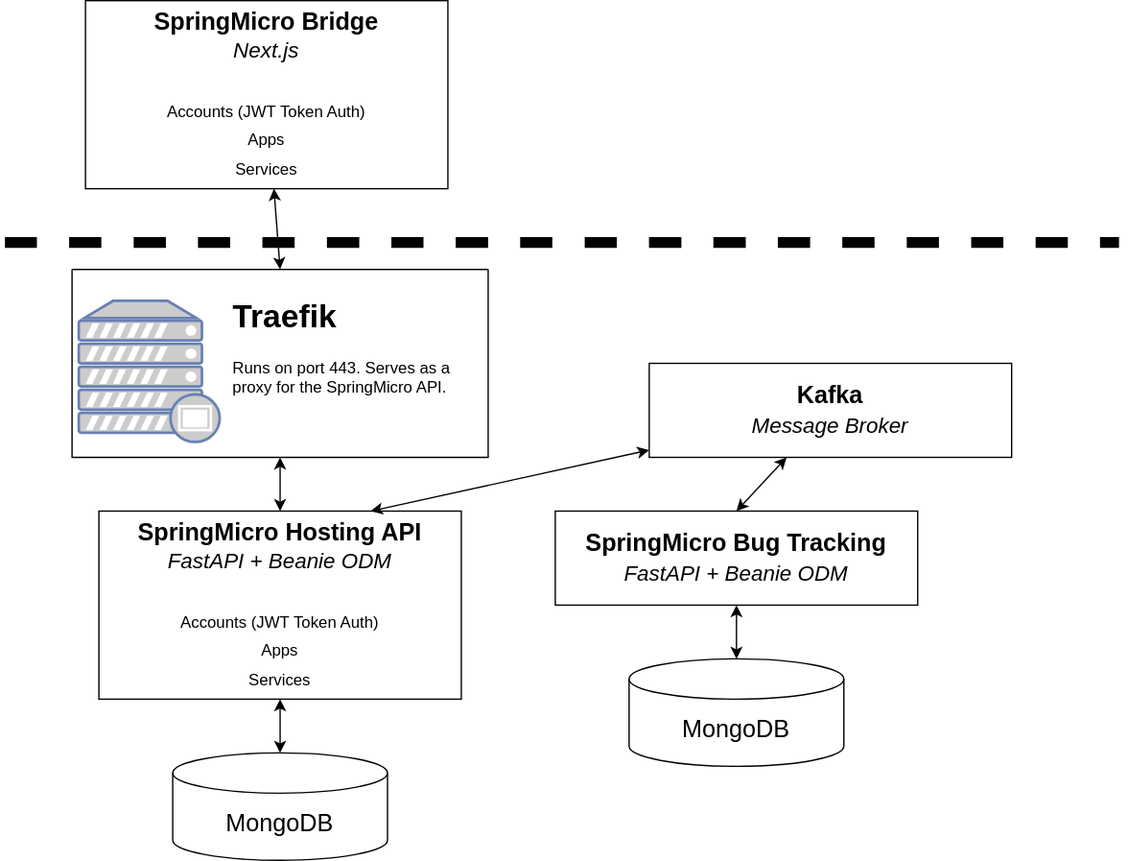
Before: assets/images/stack.drawio.svg, a diagram exported from draw.io (buckldav/springmicro-dev). Source tidied: cells renumbered, new cells last; positions are measured from the earlier drawing's top-left corner, leaving out a move shared by most shapes. The source it was exported from:
```xml
<mxGraphModel>
  <root>
    <mxCell id="0" />
    <mxCell id="1" parent="0" />
    <mxCell id="2" style="edgeStyle=none;html=1;entryX=0.5;entryY=0;entryDx=0;entryDy=0;entryPerimeter=0;fontSize=18;startArrow=classic;startFill=1;" parent="1" edge="1" source="3" target="4">
      <mxGeometry relative="1" as="geometry" />
    </mxCell>
    <mxCell id="3" value="&lt;b style=&quot;font-size: 12px&quot;&gt;&lt;font style=&quot;font-size: 18px&quot;&gt;SpringMicro Hosting API&lt;br&gt;&lt;/font&gt;&lt;/b&gt;&lt;i style=&quot;font-size: 16px&quot;&gt;FastAPI + Beanie ODM&lt;/i&gt;&lt;br style=&quot;font-size: 17px&quot;&gt;&lt;br style=&quot;font-size: 17px&quot;&gt;&lt;span style=&quot;font-size: 12px&quot;&gt;Accounts (JWT Token Auth)&lt;/span&gt;&lt;br style=&quot;font-size: 12px&quot;&gt;&lt;span style=&quot;font-size: 12px&quot;&gt;Apps&lt;br&gt;Services&lt;br&gt;&lt;/span&gt;" style="rounded=0;whiteSpace=wrap;html=1;fontSize=18;" parent="1" vertex="1">
      <mxGeometry x="70" y="380" width="270" height="140" as="geometry" />
    </mxCell>
    <mxCell id="4" value="MongoDB" style="shape=cylinder3;whiteSpace=wrap;html=1;boundedLbl=1;backgroundOutline=1;size=15;fontSize=18;" parent="1" vertex="1">
      <mxGeometry x="125" y="560" width="160" height="80" as="geometry" />
    </mxCell>
    <mxCell id="5" style="edgeStyle=none;html=1;entryX=0.5;entryY=0;entryDx=0;entryDy=0;startArrow=classic;startFill=1;" parent="1" edge="1" source="6" target="8">
      <mxGeometry relative="1" as="geometry" />
    </mxCell>
    <mxCell id="6" value="&lt;b style=&quot;font-size: 12px&quot;&gt;&lt;font style=&quot;font-size: 18px&quot;&gt;SpringMicro Bridge&lt;br&gt;&lt;/font&gt;&lt;/b&gt;&lt;font style=&quot;font-size: 16px ; line-height: 1&quot;&gt;&lt;i&gt;Next.js&lt;/i&gt;&lt;/font&gt;&lt;br style=&quot;font-size: 12px&quot;&gt;&lt;br style=&quot;font-size: 12px&quot;&gt;&lt;span style=&quot;font-size: 12px&quot;&gt;Accounts (JWT Token Auth)&lt;/span&gt;&lt;br style=&quot;font-size: 12px&quot;&gt;&lt;span style=&quot;font-size: 12px&quot;&gt;Apps&lt;br&gt;Services&lt;br&gt;&lt;/span&gt;" style="rounded=0;whiteSpace=wrap;html=1;fontSize=18;" parent="1" vertex="1">
      <mxGeometry x="60" width="270" height="140" as="geometry" />
    </mxCell>
    <mxCell id="7" style="edgeStyle=none;html=1;entryX=0.5;entryY=0;entryDx=0;entryDy=0;startArrow=classic;startFill=1;" parent="1" edge="1" source="8" target="3">
      <mxGeometry relative="1" as="geometry" />
    </mxCell>
    <mxCell id="8" style="swimlane;startSize=0;" parent="1" vertex="1">
      <mxGeometry x="50" y="200" width="310" height="140" as="geometry" />
    </mxCell>
    <mxCell id="9" style="fontColor=#0066CC;verticalAlign=top;verticalLabelPosition=bottom;labelPosition=center;align=center;html=1;fillColor=#CCCCCC;strokeColor=#6881B3;gradientColor=none;gradientDirection=north;strokeWidth=2;shape=mxgraph.networks.proxy_server;" parent="8" vertex="1">
      <mxGeometry x="5" y="23.5" width="105" height="105" as="geometry" />
    </mxCell>
    <mxCell id="10" value="&lt;h1&gt;Traefik&lt;/h1&gt;&lt;p&gt;Runs on port 443. Serves as a proxy for the SpringMicro API.&lt;/p&gt;" style="text;html=1;strokeColor=none;fillColor=none;spacing=5;spacingTop=-20;whiteSpace=wrap;overflow=hidden;rounded=0;" parent="8" vertex="1">
      <mxGeometry x="115" y="16" width="190" height="120" as="geometry" />
    </mxCell>
    <mxCell id="11" style="edgeStyle=none;html=1;entryX=0.5;entryY=0;entryDx=0;entryDy=0;entryPerimeter=0;startArrow=classic;startFill=1;" parent="1" edge="1" source="12" target="13">
      <mxGeometry relative="1" as="geometry" />
    </mxCell>
    <mxCell id="12" value="&lt;b style=&quot;font-size: 12px&quot;&gt;&lt;font style=&quot;font-size: 18px&quot;&gt;SpringMicro Bug Tracking&lt;br&gt;&lt;/font&gt;&lt;/b&gt;&lt;i style=&quot;font-size: 16px&quot;&gt;FastAPI + Beanie ODM&lt;/i&gt;&lt;span style=&quot;font-size: 12px&quot;&gt;&lt;br&gt;&lt;/span&gt;" style="rounded=0;whiteSpace=wrap;html=1;fontSize=18;" parent="1" vertex="1">
      <mxGeometry x="410" y="380" width="270" height="70" as="geometry" />
    </mxCell>
    <mxCell id="13" value="MongoDB" style="shape=cylinder3;whiteSpace=wrap;html=1;boundedLbl=1;backgroundOutline=1;size=15;fontSize=18;" parent="1" vertex="1">
      <mxGeometry x="465" y="490" width="160" height="80" as="geometry" />
    </mxCell>
    <mxCell id="14" style="edgeStyle=none;html=1;entryX=0.75;entryY=0;entryDx=0;entryDy=0;startArrow=classic;startFill=1;" parent="1" edge="1" source="16" target="3">
      <mxGeometry relative="1" as="geometry" />
    </mxCell>
    <mxCell id="15" style="edgeStyle=none;html=1;entryX=0.5;entryY=0;entryDx=0;entryDy=0;startArrow=classic;startFill=1;" parent="1" edge="1" source="16" target="12">
      <mxGeometry relative="1" as="geometry" />
    </mxCell>
    <mxCell id="16" value="&lt;b style=&quot;font-size: 12px&quot;&gt;&lt;font style=&quot;font-size: 18px&quot;&gt;Kafka&lt;br&gt;&lt;/font&gt;&lt;/b&gt;&lt;i style=&quot;font-size: 16px&quot;&gt;Message Broker&lt;/i&gt;&lt;span style=&quot;font-size: 12px&quot;&gt;&lt;br&gt;&lt;/span&gt;" style="rounded=0;whiteSpace=wrap;html=1;fontSize=18;" parent="1" vertex="1">
      <mxGeometry x="480" y="270" width="270" height="70" as="geometry" />
    </mxCell>
    <mxCell id="17" style="endArrow=none;dashed=1;html=1;strokeWidth=8;curved=1;" parent="1" edge="1">
      <mxGeometry relative="1" as="geometry">
        <mxPoint y="180" as="sourcePoint" />
        <mxPoint x="830" y="180" as="targetPoint" />
      </mxGeometry>
    </mxCell>
  </root>
</mxGraphModel>
```
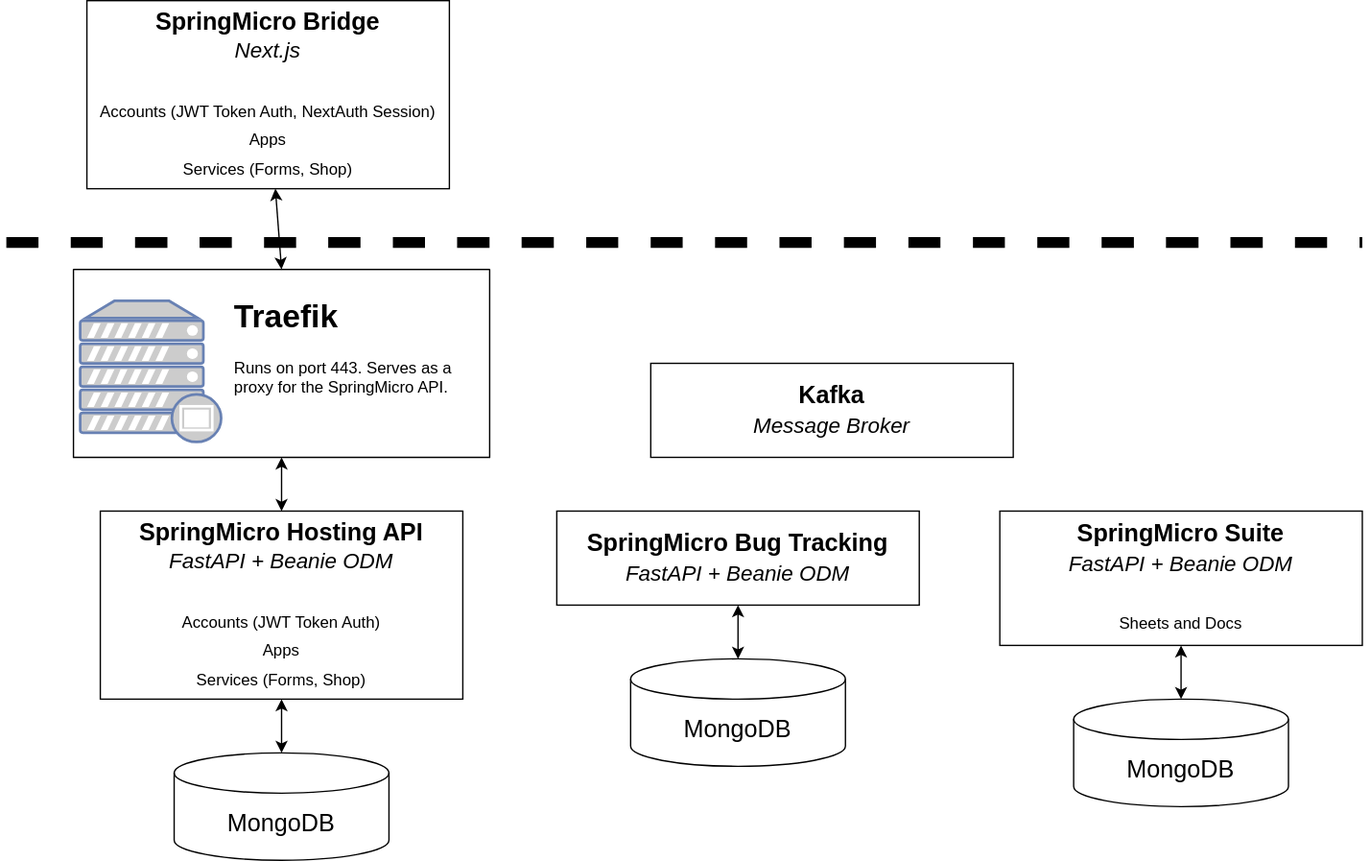
Later version of the same file.

The edit, as a diff of the source:
```diff
@@ -5,7 +5,7 @@
     <mxCell id="2" style="edgeStyle=none;html=1;entryX=0.5;entryY=0;entryDx=0;entryDy=0;entryPerimeter=0;fontSize=18;startArrow=classic;startFill=1;" parent="1" edge="1" source="3" target="4">
       <mxGeometry relative="1" as="geometry" />
     </mxCell>
-    <mxCell id="3" value="&lt;b style=&quot;font-size: 12px&quot;&gt;&lt;font style=&quot;font-size: 18px&quot;&gt;SpringMicro Hosting API&lt;br&gt;&lt;/font&gt;&lt;/b&gt;&lt;i style=&quot;font-size: 16px&quot;&gt;FastAPI + Beanie ODM&lt;/i&gt;&lt;br style=&quot;font-size: 17px&quot;&gt;&lt;br style=&quot;font-size: 17px&quot;&gt;&lt;span style=&quot;font-size: 12px&quot;&gt;Accounts (JWT Token Auth)&lt;/span&gt;&lt;br style=&quot;font-size: 12px&quot;&gt;&lt;span style=&quot;font-size: 12px&quot;&gt;Apps&lt;br&gt;Services&lt;br&gt;&lt;/span&gt;" style="rounded=0;whiteSpace=wrap;html=1;fontSize=18;" parent="1" vertex="1">
+    <mxCell id="3" value="&lt;b style=&quot;font-size: 12px&quot;&gt;&lt;font style=&quot;font-size: 18px&quot;&gt;SpringMicro Hosting API&lt;br&gt;&lt;/font&gt;&lt;/b&gt;&lt;i style=&quot;font-size: 16px&quot;&gt;FastAPI + Beanie ODM&lt;/i&gt;&lt;br style=&quot;font-size: 17px&quot;&gt;&lt;br style=&quot;font-size: 17px&quot;&gt;&lt;span style=&quot;font-size: 12px&quot;&gt;Accounts (JWT Token Auth)&lt;/span&gt;&lt;br style=&quot;font-size: 12px&quot;&gt;&lt;span style=&quot;font-size: 12px&quot;&gt;Apps&lt;br&gt;Services (Forms, Shop)&lt;br&gt;&lt;/span&gt;" style="rounded=0;whiteSpace=wrap;html=1;fontSize=18;" parent="1" vertex="1">
       <mxGeometry x="70" y="380" width="270" height="140" as="geometry" />
     </mxCell>
     <mxCell id="4" value="MongoDB" style="shape=cylinder3;whiteSpace=wrap;html=1;boundedLbl=1;backgroundOutline=1;size=15;fontSize=18;" parent="1" vertex="1">
@@ -14,7 +14,7 @@
     <mxCell id="5" style="edgeStyle=none;html=1;entryX=0.5;entryY=0;entryDx=0;entryDy=0;startArrow=classic;startFill=1;" parent="1" edge="1" source="6" target="8">
       <mxGeometry relative="1" as="geometry" />
     </mxCell>
-    <mxCell id="6" value="&lt;b style=&quot;font-size: 12px&quot;&gt;&lt;font style=&quot;font-size: 18px&quot;&gt;SpringMicro Bridge&lt;br&gt;&lt;/font&gt;&lt;/b&gt;&lt;font style=&quot;font-size: 16px ; line-height: 1&quot;&gt;&lt;i&gt;Next.js&lt;/i&gt;&lt;/font&gt;&lt;br style=&quot;font-size: 12px&quot;&gt;&lt;br style=&quot;font-size: 12px&quot;&gt;&lt;span style=&quot;font-size: 12px&quot;&gt;Accounts (JWT Token Auth)&lt;/span&gt;&lt;br style=&quot;font-size: 12px&quot;&gt;&lt;span style=&quot;font-size: 12px&quot;&gt;Apps&lt;br&gt;Services&lt;br&gt;&lt;/span&gt;" style="rounded=0;whiteSpace=wrap;html=1;fontSize=18;" parent="1" vertex="1">
+    <mxCell id="6" value="&lt;b style=&quot;font-size: 12px&quot;&gt;&lt;font style=&quot;font-size: 18px&quot;&gt;SpringMicro Bridge&lt;br&gt;&lt;/font&gt;&lt;/b&gt;&lt;font style=&quot;font-size: 16px ; line-height: 1&quot;&gt;&lt;i&gt;Next.js&lt;/i&gt;&lt;/font&gt;&lt;br style=&quot;font-size: 12px&quot;&gt;&lt;br style=&quot;font-size: 12px&quot;&gt;&lt;span style=&quot;font-size: 12px&quot;&gt;Accounts (JWT Token Auth, NextAuth Session)&lt;/span&gt;&lt;br style=&quot;font-size: 12px&quot;&gt;&lt;span style=&quot;font-size: 12px&quot;&gt;Apps&lt;br&gt;&lt;/span&gt;&lt;span style=&quot;font-size: 12px&quot;&gt;Services (Forms, Shop)&lt;/span&gt;&lt;span style=&quot;font-size: 12px&quot;&gt;&lt;br&gt;&lt;/span&gt;" style="rounded=0;whiteSpace=wrap;html=1;fontSize=18;" parent="1" vertex="1">
       <mxGeometry x="60" width="270" height="140" as="geometry" />
     </mxCell>
     <mxCell id="7" style="edgeStyle=none;html=1;entryX=0.5;entryY=0;entryDx=0;entryDy=0;startArrow=classic;startFill=1;" parent="1" edge="1" source="8" target="3">
@@ -38,20 +38,25 @@
     <mxCell id="13" value="MongoDB" style="shape=cylinder3;whiteSpace=wrap;html=1;boundedLbl=1;backgroundOutline=1;size=15;fontSize=18;" parent="1" vertex="1">
       <mxGeometry x="465" y="490" width="160" height="80" as="geometry" />
     </mxCell>
-    <mxCell id="14" style="edgeStyle=none;html=1;entryX=0.75;entryY=0;entryDx=0;entryDy=0;startArrow=classic;startFill=1;" parent="1" edge="1" source="16" target="3">
-      <mxGeometry relative="1" as="geometry" />
-    </mxCell>
-    <mxCell id="15" style="edgeStyle=none;html=1;entryX=0.5;entryY=0;entryDx=0;entryDy=0;startArrow=classic;startFill=1;" parent="1" edge="1" source="16" target="12">
-      <mxGeometry relative="1" as="geometry" />
-    </mxCell>
     <mxCell id="16" value="&lt;b style=&quot;font-size: 12px&quot;&gt;&lt;font style=&quot;font-size: 18px&quot;&gt;Kafka&lt;br&gt;&lt;/font&gt;&lt;/b&gt;&lt;i style=&quot;font-size: 16px&quot;&gt;Message Broker&lt;/i&gt;&lt;span style=&quot;font-size: 12px&quot;&gt;&lt;br&gt;&lt;/span&gt;" style="rounded=0;whiteSpace=wrap;html=1;fontSize=18;" parent="1" vertex="1">
       <mxGeometry x="480" y="270" width="270" height="70" as="geometry" />
     </mxCell>
     <mxCell id="17" style="endArrow=none;dashed=1;html=1;strokeWidth=8;curved=1;" parent="1" edge="1">
       <mxGeometry relative="1" as="geometry">
         <mxPoint y="180" as="sourcePoint" />
-        <mxPoint x="830" y="180" as="targetPoint" />
+        <mxPoint x="1010" y="180" as="targetPoint" />
       </mxGeometry>
     </mxCell>
+    <mxCell id="18" value="&lt;b style=&quot;font-size: 12px&quot;&gt;&lt;font style=&quot;font-size: 18px&quot;&gt;SpringMicro Suite&lt;br&gt;&lt;/font&gt;&lt;/b&gt;&lt;i style=&quot;font-size: 16px&quot;&gt;FastAPI + Beanie ODM&lt;br&gt;&lt;/i&gt;&lt;span style=&quot;font-size: 12px&quot;&gt;&lt;br&gt;Sheets and Docs&lt;br&gt;&lt;/span&gt;" style="rounded=0;whiteSpace=wrap;html=1;fontSize=18;" parent="1" vertex="1">
+      <mxGeometry x="740" y="380" width="270" height="100" as="geometry" />
+    </mxCell>
+    <mxCell id="19" style="edgeStyle=none;html=1;entryX=0.5;entryY=0;entryDx=0;entryDy=0;entryPerimeter=0;startArrow=classic;startFill=1;" parent="1" edge="1" target="20">
+      <mxGeometry relative="1" as="geometry">
+        <mxPoint x="875" y="480" as="sourcePoint" />
+      </mxGeometry>
+    </mxCell>
+    <mxCell id="20" value="MongoDB" style="shape=cylinder3;whiteSpace=wrap;html=1;boundedLbl=1;backgroundOutline=1;size=15;fontSize=18;" parent="1" vertex="1">
+      <mxGeometry x="795" y="520" width="160" height="80" as="geometry" />
+    </mxCell>
   </root>
 </mxGraphModel>
```
